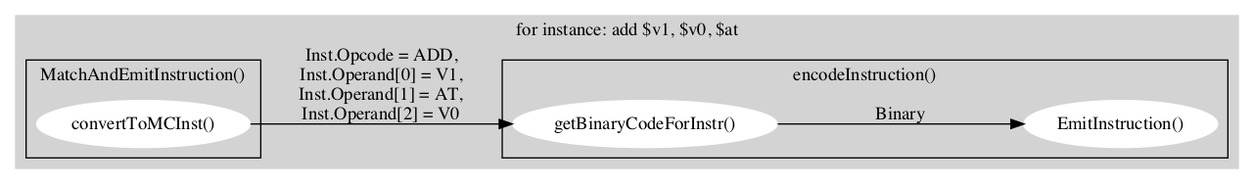
Before: Fig/asm/asmDfdEx2.png, a diagram exported from Graphviz (Jonathan2251/lbd). Its source is kept beside it as Fig/asm/asmDfdEx2.gv.
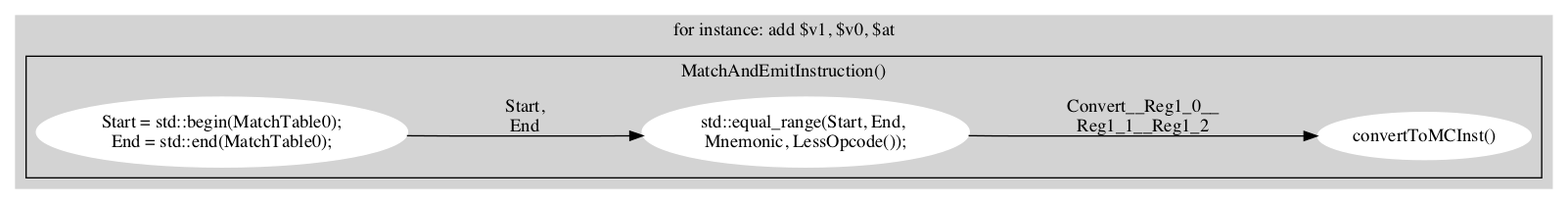
Later version of the same file.

What changed in the source:
```diff
@@ -6,15 +6,12 @@
     label = "for instance: add $v1, $v0, $at";
     subgraph clusterA {
       label = "MatchAndEmitInstruction()";
+      node [style=filled,color=white]; MatchTable0 [label="Start = std::begin(MatchTable0);\nEnd = std::end(MatchTable0);"];
+      node [style=filled,color=white]; equal_range [label="std::equal_range(Start, End, \nMnemonic, LessOpcode());"];
       node [style=filled,color=white]; convertToMCInst [label="convertToMCInst()"];
+      MatchTable0 -> equal_range [ label = "Start,\nEnd" ];
+      equal_range -> convertToMCInst [ label = "Convert__Reg1_0__\nReg1_1__Reg1_2" ];
     }
-    subgraph clusterB {
-      label = "encodeInstruction()";
-      node [style=filled,color=white]; getBinaryCodeForInstr [label="getBinaryCodeForInstr()"];
-      node [style=filled,color=white]; EmitInstruction [label="EmitInstruction()"];
-      getBinaryCodeForInstr -> EmitInstruction [ label = "Binary" ];
-    }
-    convertToMCInst -> getBinaryCodeForInstr [ label = "Inst.Opcode = ADD,\nInst.Operand[0] = V1,\nInst.Operand[1] = AT,\nInst.Operand[2] = V0" ];
     color=lightgrey
   }
 }
```
